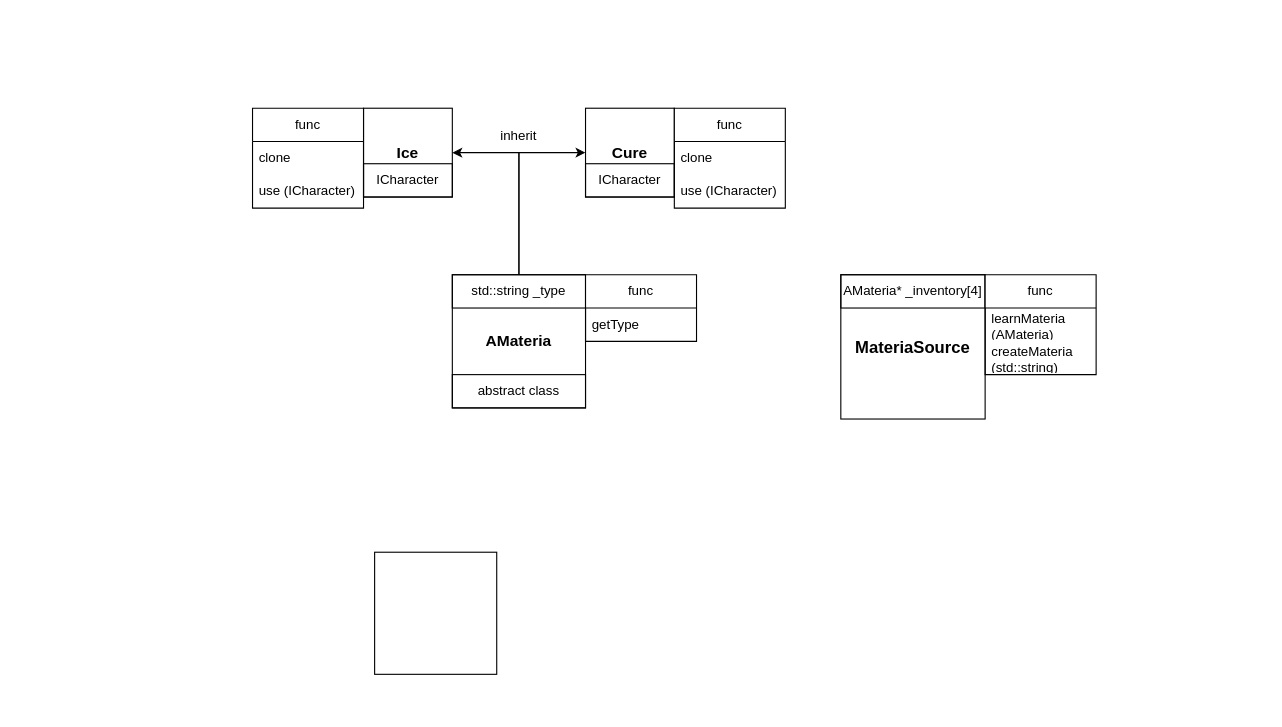
The draw.io diagram C++_projects/C04/ex03/Untitled Diagram.drawio in Tookop-s/Reptooks, before the edit. Source tidied: cells renumbered, new cells numbered last; positions are measured from the earlier drawing's top-left corner, leaving out a move shared by most shapes. Both pictures are drawn from the tidied source at 111%, with x=0, y=0 at pixel (252, 108).
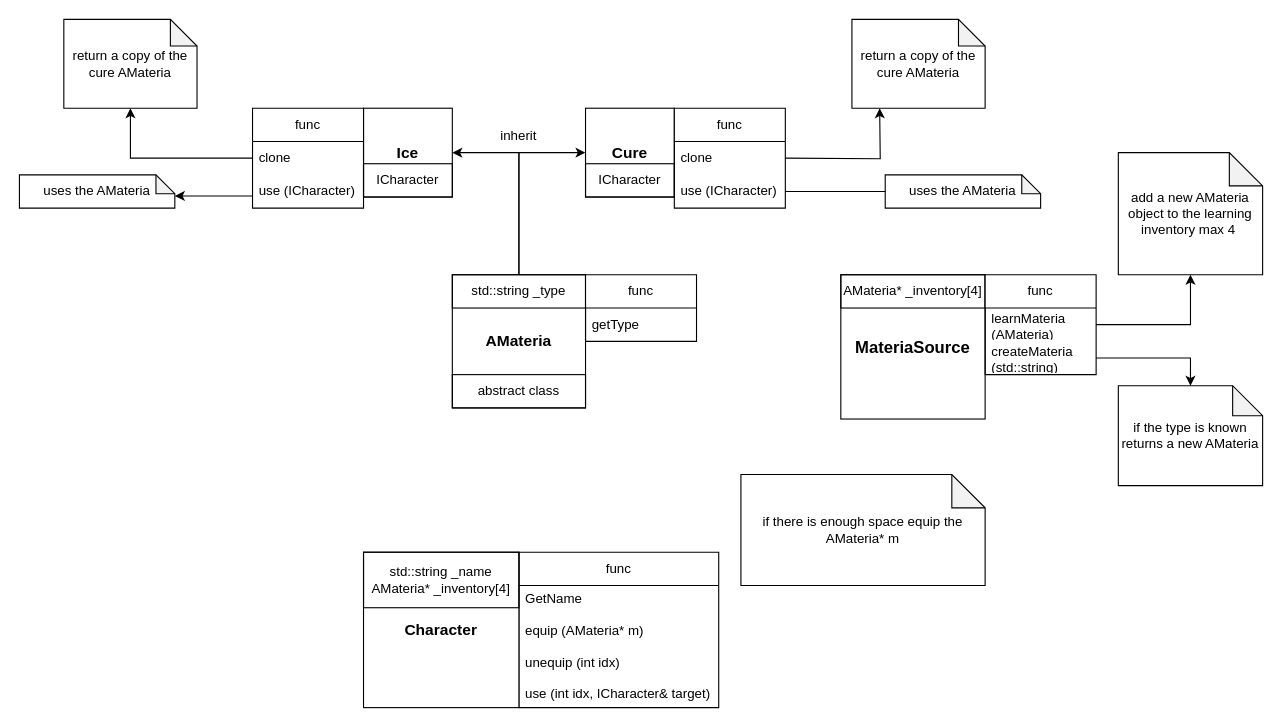
After the change.

Unchanged cells that the change refers to:
```xml
<mxCell id="18" value="clone" style="text;strokeColor=none;fillColor=none;align=left;verticalAlign=middle;spacingLeft=4;spacingRight=4;overflow=hidden;points=[[0,0.5],[1,0.5]];portConstraint=eastwest;whiteSpace=wrap;html=1;" parent="17" vertex="1">
  <mxGeometry y="30" width="100" height="30" as="geometry" />
</mxCell>
<mxCell id="19" value="use (ICharacter)" style="text;strokeColor=none;fillColor=none;align=left;verticalAlign=middle;spacingLeft=4;spacingRight=4;overflow=hidden;points=[[0,0.5],[1,0.5]];portConstraint=eastwest;whiteSpace=wrap;html=1;" parent="17" vertex="1">
  <mxGeometry y="60" width="100" height="30" as="geometry" />
</mxCell>
<mxCell id="23" value="learnMateria (AMateria)" style="text;strokeColor=none;fillColor=none;align=left;verticalAlign=middle;spacingLeft=4;spacingRight=4;overflow=hidden;points=[[0,0.5],[1,0.5]];portConstraint=eastwest;whiteSpace=wrap;html=1;" parent="22" vertex="1">
  <mxGeometry y="30" width="100" height="30" as="geometry" />
</mxCell>
<mxCell id="24" value="createMateria (std::string)" style="text;strokeColor=none;fillColor=none;align=left;verticalAlign=middle;spacingLeft=4;spacingRight=4;overflow=hidden;points=[[0,0.5],[1,0.5]];portConstraint=eastwest;whiteSpace=wrap;html=1;" parent="22" vertex="1">
  <mxGeometry y="60" width="100" height="30" as="geometry" />
</mxCell>
```

Diff of the diagram source:
```diff
@@
+    <mxCell id="26" value="func" style="swimlane;fontStyle=0;horizontal=1;startSize=30;whiteSpace=wrap;html=1;" parent="1" vertex="1">
+      <mxGeometry x="240" y="400" width="180" height="140" as="geometry" />
+    </mxCell>
+    <mxCell id="27" value="GetName&lt;div&gt;&lt;br&gt;&lt;div&gt;equip (AMateria* m)&lt;/div&gt;&lt;div&gt;&lt;br&gt;&lt;/div&gt;&lt;div&gt;unequip (int idx)&lt;/div&gt;&lt;div&gt;&lt;br&gt;&lt;/div&gt;&lt;div&gt;use (int idx, ICharacter&amp;amp; target)&lt;/div&gt;&lt;/div&gt;" style="text;strokeColor=none;fillColor=none;align=left;verticalAlign=middle;spacingLeft=4;spacingRight=4;overflow=hidden;whiteSpace=wrap;html=1;" parent="26" vertex="1">
+      <mxGeometry y="30" width="180" height="110" as="geometry" />
+    </mxCell>
+    <mxCell id="28" style="edgeStyle=orthogonalEdgeStyle;rounded=0;jettySize=auto;html=1;entryX=0.5;entryY=1;entryDx=0;entryDy=0;entryPerimeter=0;" parent="1" edge="1" source="23" target="29">
+      <mxGeometry relative="1" as="geometry" />
+    </mxCell>
+    <mxCell id="29" value="add a new AMateria object to the learning inventory max 4&amp;nbsp;" style="shape=note;whiteSpace=wrap;html=1;backgroundOutline=1;darkOpacity=0.05;" parent="1" vertex="1">
+      <mxGeometry x="780" y="40" width="130" height="110" as="geometry" />
+    </mxCell>
+    <mxCell id="30" value="if the type is known returns a new AMateria" style="shape=note;whiteSpace=wrap;html=1;backgroundOutline=1;darkOpacity=0.05;size=27;" parent="1" vertex="1">
+      <mxGeometry x="780" y="250" width="130" height="90" as="geometry" />
+    </mxCell>
+    <mxCell id="31" style="edgeStyle=orthogonalEdgeStyle;rounded=0;jettySize=auto;html=1;entryX=0.5;entryY=0;entryDx=0;entryDy=0;entryPerimeter=0;exitX=1;exitY=0.5;exitDx=0;exitDy=0;" parent="1" edge="1" source="24" target="30">
+      <mxGeometry relative="1" as="geometry" />
+    </mxCell>
+    <mxCell id="32" style="edgeStyle=orthogonalEdgeStyle;rounded=0;orthogonalLoop=1;jettySize=auto;html=1;entryX=0.5;entryY=1;entryDx=0;entryDy=0;entryPerimeter=0;" parent="1" edge="1">
+      <mxGeometry relative="1" as="geometry">
+        <mxPoint x="480" y="45" as="sourcePoint" />
+        <mxPoint x="565" as="targetPoint" />
+      </mxGeometry>
+    </mxCell>
+    <mxCell id="33" style="edgeStyle=orthogonalEdgeStyle;rounded=0;orthogonalLoop=1;jettySize=auto;html=1;exitX=1;exitY=0.5;exitDx=0;exitDy=0;" parent="1" edge="1">
+      <mxGeometry relative="1" as="geometry">
+        <mxPoint x="480" y="75" as="sourcePoint" />
+        <mxPoint x="580" y="75" as="targetPoint" />
+        <Array as="points">
+          <mxPoint x="560" y="75" />
+          <mxPoint x="560" y="75" />
+        </Array>
+      </mxGeometry>
+    </mxCell>
+    <mxCell id="34" value="uses the AMateria" style="shape=note;whiteSpace=wrap;html=1;backgroundOutline=1;darkOpacity=0.05;size=17;" parent="1" vertex="1">
+      <mxGeometry x="570" y="60" width="140" height="30" as="geometry" />
+    </mxCell>
+    <mxCell id="35" value="return a copy of the cure AMateria" style="shape=note;whiteSpace=wrap;html=1;backgroundOutline=1;darkOpacity=0.05;size=24;" parent="1" vertex="1">
+      <mxGeometry x="540" y="-80" width="120" height="80" as="geometry" />
+    </mxCell>
+    <mxCell id="36" style="edgeStyle=orthogonalEdgeStyle;rounded=0;jettySize=auto;html=1;entryX=0.5;entryY=1;entryDx=0;entryDy=0;entryPerimeter=0;exitX=0;exitY=0.5;exitDx=0;exitDy=0;" parent="1" edge="1" source="18" target="38">
+      <mxGeometry relative="1" as="geometry" />
+    </mxCell>
+    <mxCell id="37" value="uses the AMateria" style="shape=note;whiteSpace=wrap;html=1;backgroundOutline=1;darkOpacity=0.05;size=17;" parent="1" vertex="1">
+      <mxGeometry x="-210" y="60" width="140" height="30" as="geometry" />
+    </mxCell>
+    <mxCell id="38" value="return a copy of the cure AMateria" style="shape=note;whiteSpace=wrap;html=1;backgroundOutline=1;darkOpacity=0.05;size=24;" parent="1" vertex="1">
+      <mxGeometry x="-170" y="-80" width="120" height="80" as="geometry" />
+    </mxCell>
+    <mxCell id="39" style="edgeStyle=orthogonalEdgeStyle;rounded=0;jettySize=auto;html=1;exitX=0;exitY=0.634;exitDx=0;exitDy=0;entryX=1;entryY=0.634;entryDx=0;entryDy=0;entryPerimeter=0;exitPerimeter=0;" parent="1" edge="1" source="19" target="37">
+      <mxGeometry relative="1" as="geometry" />
+    </mxCell>
+    <mxCell id="40" style="group;" parent="1" vertex="1">
+      <mxGeometry x="100" y="400" width="140" height="140" as="geometry" />
+    </mxCell>
-    <mxCell id="25" style="whiteSpace=wrap;html=1;" parent="1" vertex="1">
-      <mxGeometry x="110" y="400" width="110" height="110" as="geometry" />
+    <mxCell id="25" value="&lt;font size=&quot;1&quot;&gt;&lt;b style=&quot;font-size: 14px;&quot;&gt;Character&lt;/b&gt;&lt;/font&gt;" style="whiteSpace=wrap;html=1;" parent="40" vertex="1">
+      <mxGeometry width="140" height="140" as="geometry" />
     </mxCell>
+    <mxCell id="41" value="std::string _name&lt;div&gt;AMateria* _inventory[4]&lt;/div&gt;" style="text;html=1;align=center;verticalAlign=middle;whiteSpace=wrap;rounded=0;strokeColor=default;" parent="40" vertex="1">
+      <mxGeometry width="140" height="50" as="geometry" />
+    </mxCell>
+    <mxCell id="42" value="if there is enough space equip the AMateria* m" style="shape=note;whiteSpace=wrap;html=1;backgroundOutline=1;darkOpacity=0.05;" parent="1" vertex="1">
+      <mxGeometry x="440" y="330" width="220" height="100" as="geometry" />
+    </mxCell>
```
